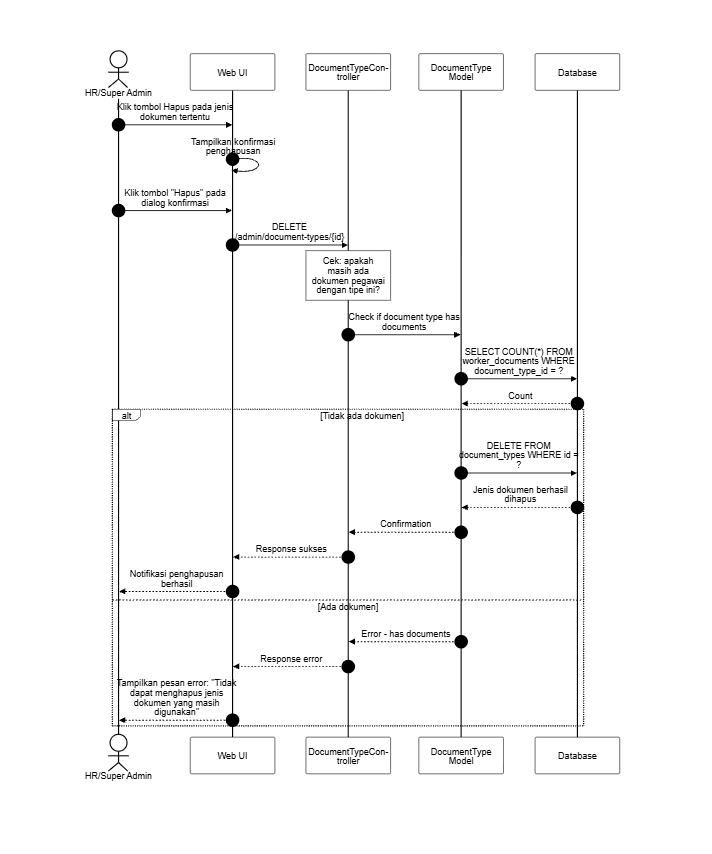
SulaimanHafi23/SimpegRSHDI keeps this Mermaid diagram as docs/SequenceDiagram/PNG_Transparent/KelolaJenisDokumen-Delete.png. Above is the earlier version. Its source is kept beside it as docs/SequenceDiagram/KelolaJenisDokumen-Delete.mermaid. The source it was exported from:
```mermaid
---
id: KelolaJenisDokumen-HapusJenisDokumen
title: Kelola Jenis Dokumen - Hapus Jenis Dokumen
---
%%{init: {"theme": "base", "themeVariables": {"background": "#dddddd", "primaryColor": "#ffffff", "primaryBorderColor": "#000000", "primaryTextColor": "#000000", "lineColor": "#000000", "textColor": "#000000", "actorBkg": "#ffffff", "actorBorder": "#000000", "actorTextColor": "#000000", "activationBkgColor": "#ffffff", "activationBorderColor": "#000000", "signalColor": "#000000", "signalTextColor": "#000000", "labelBoxBkgColor": "#ffffff", "labelBoxBorderColor": "#000000", "labelTextColor": "#000000", "sequenceNumberColor": "#000000", "noteBkgColor": "#ffffff", "noteBorderColor": "#000000", "noteTextColor": "#000000"}, "sequence": {"useMaxWidth": true, "wrap": true, "messageFontSize": 12, "noteFontSize": 12}}}%%
sequenceDiagram
    autonumber
    actor HR as HR/Super Admin
    participant UI as Web UI
    participant C as DocumentTypeController
    participant DT as DocumentType Model
    participant DB as Database

    HR->>UI: Klik tombol Hapus pada jenis dokumen tertentu
    UI->>UI: Tampilkan konfirmasi penghapusan
    HR->>UI: Klik tombol "Hapus" pada dialog konfirmasi
    UI->>C: DELETE /admin/document-types/{id}
    note over C: Cek: apakah masih ada dokumen pegawai dengan tipe ini?
    C->>DT: Check if document type has documents
    DT->>DB: SELECT COUNT(*) FROM worker_documents WHERE document_type_id = ?
    DB-->>DT: Count
    alt Tidak ada dokumen
        DT->>DB: DELETE FROM document_types WHERE id = ?
        DB-->>DT: Jenis dokumen berhasil dihapus
        DT-->>C: Confirmation
        C-->>UI: Response sukses
        UI-->>HR: Notifikasi penghapusan berhasil
    else Ada dokumen
        DT-->>C: Error - has documents
        C-->>UI: Response error
        UI-->>HR: Tampilkan pesan error: "Tidak dapat menghapus jenis dokumen yang masih digunakan"
    end
```
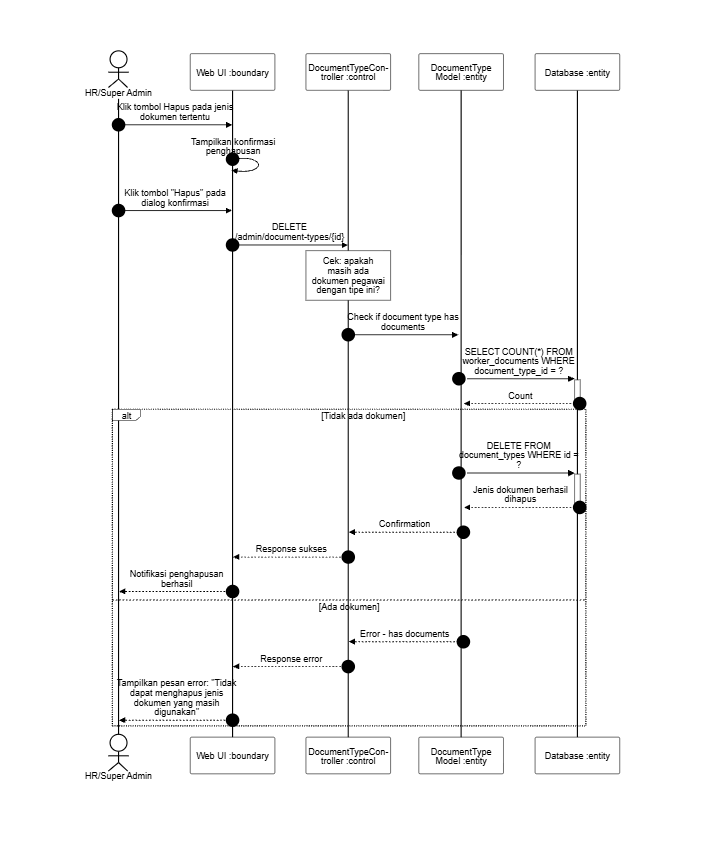
Later version of the same file.

Change to the diagram source:
```diff
@@ -6,22 +6,22 @@
 sequenceDiagram
     autonumber
     actor HR as HR/Super Admin
-    participant UI as Web UI
-    participant C as DocumentTypeController
-    participant DT as DocumentType Model
-    participant DB as Database
+    participant UI as Web UI :boundary
+    participant C as DocumentTypeController :control
+    participant DT as DocumentType Model :entity
+    participant DB as Database :entity
 
     HR->>UI: Klik tombol Hapus pada jenis dokumen tertentu
     UI->>UI: Tampilkan konfirmasi penghapusan
     HR->>UI: Klik tombol "Hapus" pada dialog konfirmasi
     UI->>C: DELETE /admin/document-types/{id}
     note over C: Cek: apakah masih ada dokumen pegawai dengan tipe ini?
-    C->>DT: Check if document type has documents
-    DT->>DB: SELECT COUNT(*) FROM worker_documents WHERE document_type_id = ?
-    DB-->>DT: Count
+    C->>+DT: Check if document type has documents
+    DT->>+DB: SELECT COUNT(*) FROM worker_documents WHERE document_type_id = ?
+    DB-->>-DT: Count
     alt Tidak ada dokumen
-        DT->>DB: DELETE FROM document_types WHERE id = ?
-        DB-->>DT: Jenis dokumen berhasil dihapus
+        DT->>+DB: DELETE FROM document_types WHERE id = ?
+        DB-->>-DT: Jenis dokumen berhasil dihapus
         DT-->>C: Confirmation
         C-->>UI: Response sukses
         UI-->>HR: Notifikasi penghapusan berhasil
```
